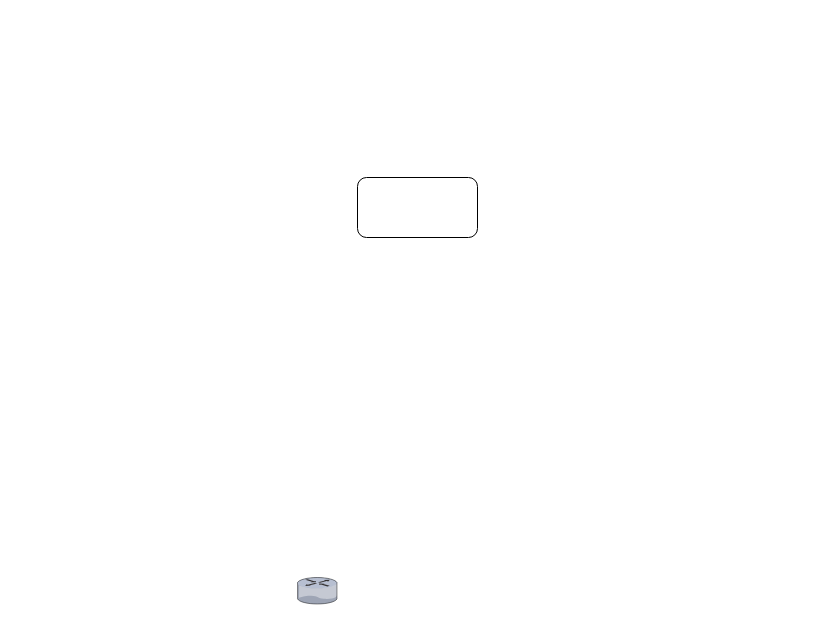
The draw.io diagram Competitions/Untitled Diagram.drawio in Josephood7/Projects, before the edit. Source tidied: cells renumbered, new cells numbered last; positions are measured from the earlier drawing's top-left corner, leaving out a move shared by most shapes. Both pictures are drawn from the tidied source at 100%, with x=0, y=0 at pixel (297, 177).
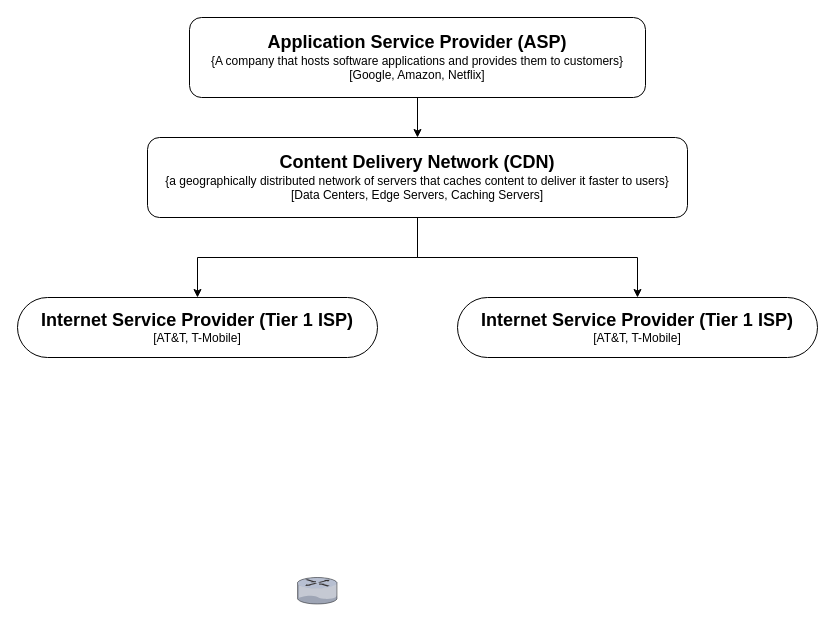
The same diagram, later.

Change to the diagram source:
```diff
@@
 <mxGraphModel>
   <root>
     <mxCell id="0" />
     <mxCell id="1" parent="0" />
     <mxCell id="2" style="verticalLabelPosition=bottom;sketch=0;html=1;verticalAlign=top;strokeColor=none;align=center;shape=mxgraph.citrix.router;" parent="1" vertex="1">
       <mxGeometry y="400" width="39.9" height="26.5" as="geometry" />
     </mxCell>
+    <mxCell id="4" style="edgeStyle=orthogonalEdgeStyle;rounded=0;jettySize=auto;html=1;" parent="1" edge="1" source="3" target="7">
+      <mxGeometry relative="1" as="geometry" />
+    </mxCell>
-    <mxCell id="3" style="rounded=1;whiteSpace=wrap;html=1;" parent="1" vertex="1">
-      <mxGeometry x="60" width="120" height="60" as="geometry" />
+    <mxCell id="3" value="&lt;font style=&quot;font-size: 18px;&quot;&gt;&lt;b&gt;Application Service Provider (ASP)&lt;/b&gt;&lt;br&gt;&lt;/font&gt;{A company that hosts software applications and provides them to customers}&lt;br&gt;[Google, Amazon, Netflix]" style="rounded=1;whiteSpace=wrap;html=1;" parent="1" vertex="1">
+      <mxGeometry x="-108" y="-160" width="456" height="80" as="geometry" />
     </mxCell>
+    <mxCell id="5" style="edgeStyle=orthogonalEdgeStyle;rounded=0;jettySize=auto;html=1;" parent="1" edge="1" source="7" target="8">
+      <mxGeometry relative="1" as="geometry" />
+    </mxCell>
+    <mxCell id="6" style="edgeStyle=orthogonalEdgeStyle;rounded=0;jettySize=auto;html=1;entryX=0.5;entryY=0;entryDx=0;entryDy=0;" parent="1" edge="1" source="7" target="9">
+      <mxGeometry relative="1" as="geometry" />
+    </mxCell>
+    <mxCell id="7" value="&lt;font style=&quot;&quot;&gt;&lt;span style=&quot;font-weight: bold; font-size: 18px;&quot;&gt;Content Delivery Network (CDN)&lt;/span&gt;&lt;br&gt;&lt;font style=&quot;font-size: 12px;&quot;&gt;{a geographically distributed network of servers that caches content to deliver it faster to users}&lt;br&gt;&lt;/font&gt;&lt;/font&gt;&lt;div&gt;&lt;font style=&quot;&quot;&gt;&lt;font style=&quot;font-size: 12px;&quot;&gt;[Data Centers, Edge Servers, Caching Servers]&lt;/font&gt;&lt;/font&gt;&lt;/div&gt;" style="whiteSpace=wrap;html=1;rounded=1;" parent="1" vertex="1">
+      <mxGeometry x="-150" y="-40" width="540" height="80" as="geometry" />
+    </mxCell>
+    <mxCell id="8" value="&lt;b&gt;&lt;font style=&quot;font-size: 18px;&quot;&gt;Internet Service Provider (Tier 1 ISP)&lt;/font&gt;&lt;/b&gt;&lt;div&gt;&lt;font style=&quot;font-size: 12px;&quot;&gt;[AT&amp;amp;T, T-Mobile]&lt;/font&gt;&lt;/div&gt;" style="whiteSpace=wrap;html=1;rounded=1;arcSize=50;" parent="1" vertex="1">
+      <mxGeometry x="-280" y="120" width="360" height="60" as="geometry" />
+    </mxCell>
+    <mxCell id="9" value="&lt;b&gt;&lt;font style=&quot;font-size: 18px;&quot;&gt;Internet Service Provider (Tier 1 ISP)&lt;/font&gt;&lt;/b&gt;&lt;div&gt;&lt;font style=&quot;font-size: 12px;&quot;&gt;[AT&amp;amp;T, T-Mobile]&lt;/font&gt;&lt;/div&gt;" style="whiteSpace=wrap;html=1;rounded=1;arcSize=50;" parent="1" vertex="1">
+      <mxGeometry x="160" y="120" width="360" height="60" as="geometry" />
+    </mxCell>
   </root>
 </mxGraphModel>
```
